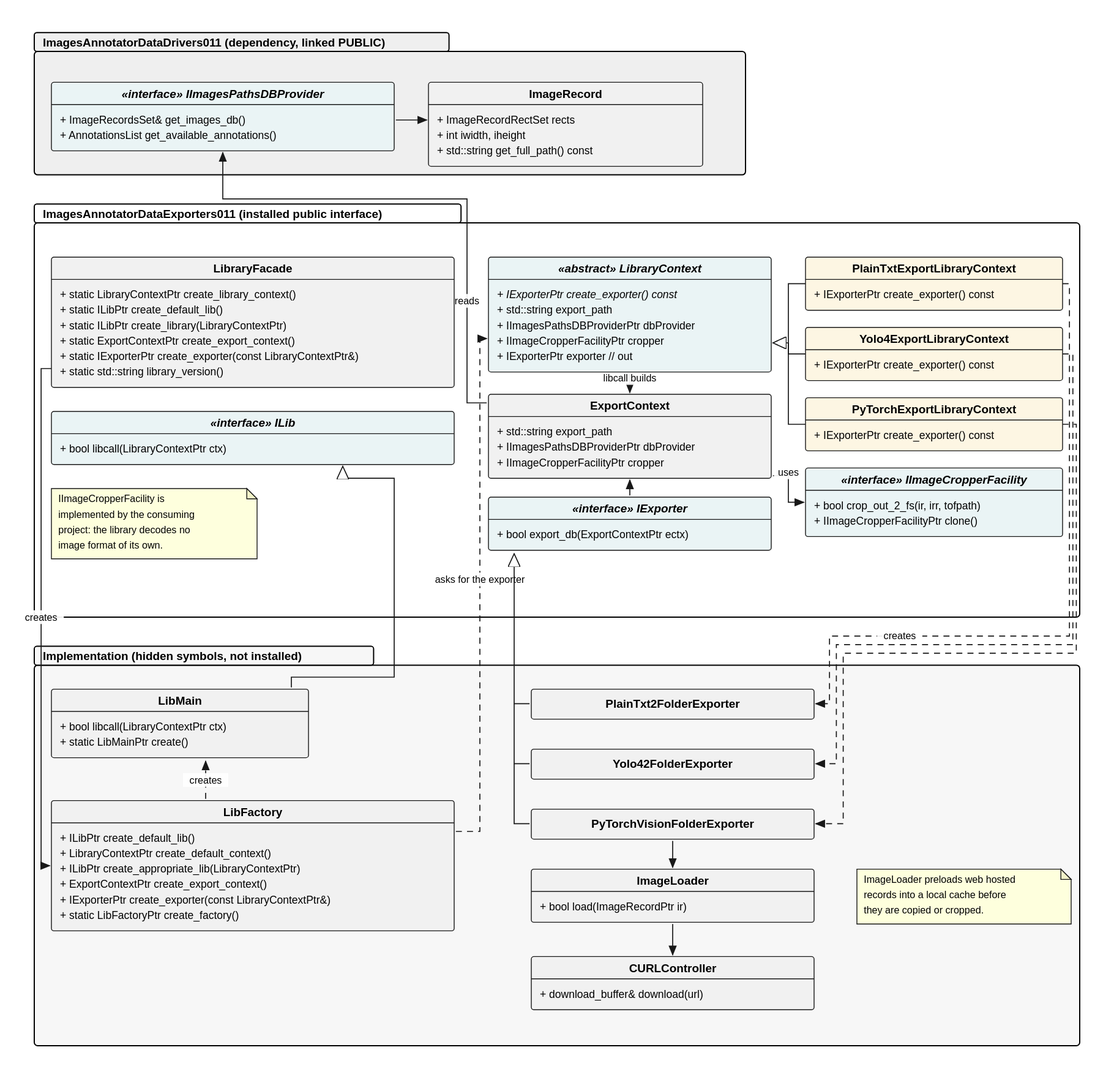
yuriysydor1991/ImagesAnnotator-DataExporters keeps this PlantUML diagram as doc/diagrams/images/lib-class-structure.svg. Above is the earlier version. Its source is kept beside it as doc/diagrams/plantuml/lib-class-structure.puml.
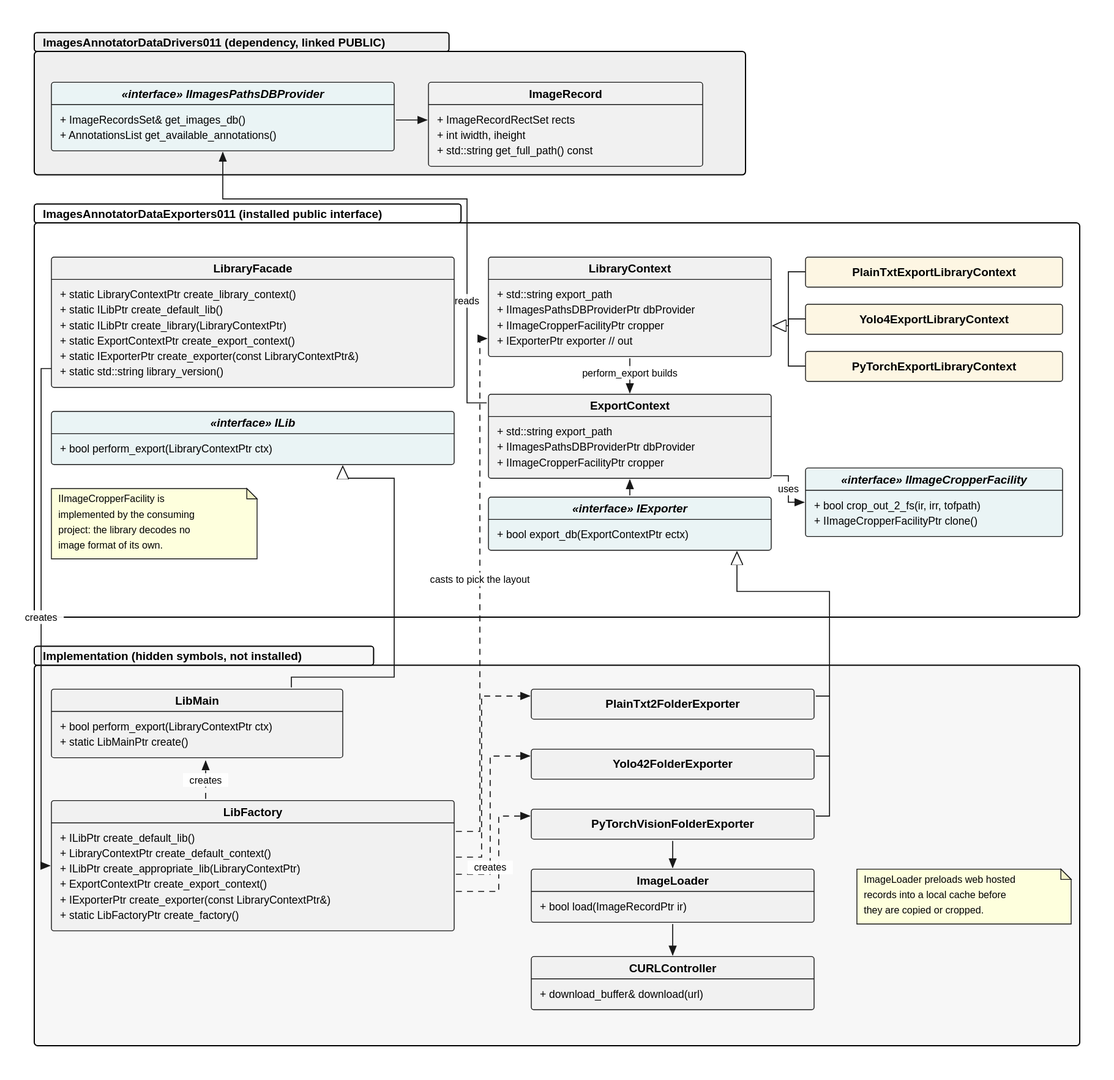
After the change.

The edit, as a diff of the source:
```diff
@@ -30,28 +30,19 @@
     +{abstract} IImageCropperFacilityPtr clone()
   }
 
-  abstract class LibraryContext {
-    +{abstract} IExporterPtr create_exporter() const
+  class LibraryContext {
     +std::string export_path
     +IImagesPathsDBProviderPtr dbProvider
     +IImageCropperFacilityPtr cropper
     +IExporterPtr exporter
   }
 
-  class PlainTxtExportLibraryContext {
-    +IExporterPtr create_exporter() const
-  }
-
-  class Yolo4ExportLibraryContext {
-    +IExporterPtr create_exporter() const
-  }
-
-  class PyTorchExportLibraryContext {
-    +IExporterPtr create_exporter() const
-  }
+  class PlainTxtExportLibraryContext
+  class Yolo4ExportLibraryContext
+  class PyTorchExportLibraryContext
 
   abstract class ILib {
-    +{abstract} bool libcall(LibraryContextPtr ctx)
+    +{abstract} bool perform_export(LibraryContextPtr ctx)
   }
 
   class LibraryFacade {
@@ -66,7 +57,7 @@
 
 package "Implementation (hidden symbols)" #F8F8F8 {
   class LibMain {
-    +bool libcall(LibraryContextPtr ctx)
+    +bool perform_export(LibraryContextPtr ctx)
     +{static} LibMainPtr create()
   }
 
@@ -116,17 +107,19 @@
 LibraryFacade --> LibFactory : creates
 LibMain --> LibFactory : creates
 LibFactory ..> LibMain : creates
-LibFactory ..> LibraryContext : asks for the exporter
+LibFactory ..> PlainTxt2FolderExporter : creates
+LibFactory ..> Yolo42FolderExporter : creates
+LibFactory ..> PyTorchVisionFolderExporter : creates
 
 LibraryContext <|-- PlainTxtExportLibraryContext
 LibraryContext <|-- Yolo4ExportLibraryContext
 LibraryContext <|-- PyTorchExportLibraryContext
 
-PlainTxtExportLibraryContext ..> PlainTxt2FolderExporter : creates
-Yolo4ExportLibraryContext ..> Yolo42FolderExporter : creates
-PyTorchExportLibraryContext ..> PyTorchVisionFolderExporter : creates
+LibFactory ..> PlainTxtExportLibraryContext : casts to pick
+LibFactory ..> Yolo4ExportLibraryContext : casts to pick
+LibFactory ..> PyTorchExportLibraryContext : casts to pick
 
-LibraryContext --> ExportContext : libcall builds
+LibraryContext --> ExportContext : perform_export builds
 ExportContext --> IProvider : reads
 ExportContext --> IImageCropperFacility : uses
 IExporter --> ExportContext
```
